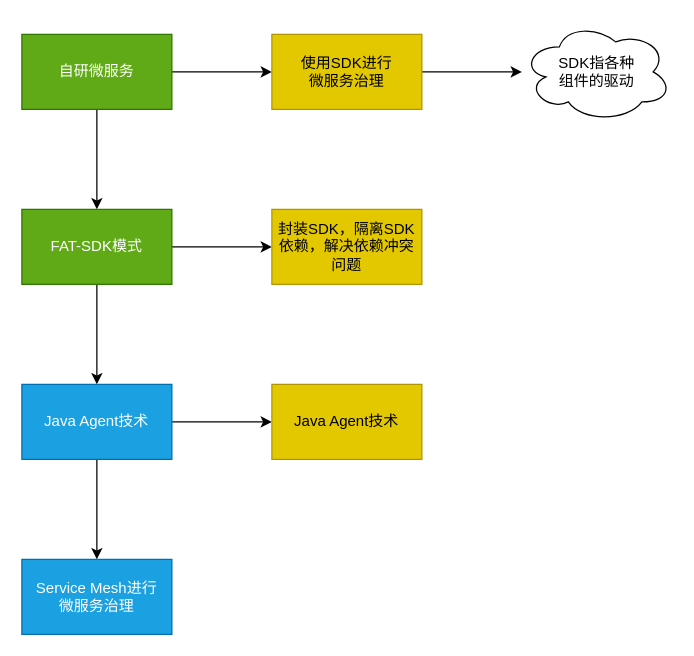
The draw.io diagram 微服务治理技术-阿里.drawio in stephenZkang/diagrams, before the edit. Source tidied: cells renumbered, new cells numbered last; positions are measured from the earlier drawing's top-left corner, leaving out a move shared by most shapes. Both pictures are drawn from the tidied source at 125%, with x=0, y=0 at pixel (21, 21).
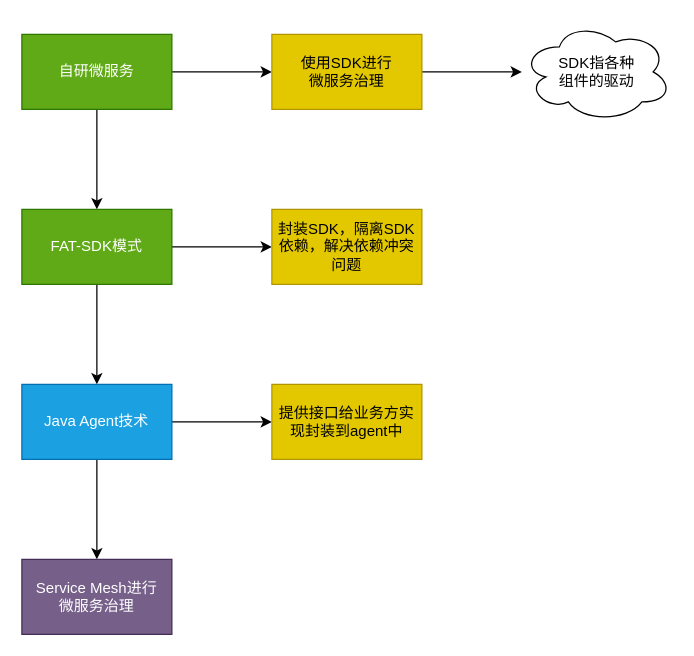
The same page after the edit.

Commit message (it also covers changes not shown here):
更新微服务治理技术-阿里.drawio

The edit, as a diff of the source:
```diff
@@
 <mxGraphModel>
   <root>
     <mxCell id="0" />
     <mxCell id="1" parent="0" />
     <mxCell id="2" style="edgeStyle=orthogonalEdgeStyle;rounded=0;jettySize=auto;html=1;" parent="1" edge="1" source="4" target="7">
       <mxGeometry relative="1" as="geometry" />
     </mxCell>
     <mxCell id="3" style="edgeStyle=orthogonalEdgeStyle;rounded=0;jettySize=auto;html=1;" parent="1" edge="1" source="4" target="12">
       <mxGeometry relative="1" as="geometry" />
     </mxCell>
     <mxCell id="4" value="自研微服务" style="rounded=0;whiteSpace=wrap;html=1;fillColor=#60a917;fontColor=#ffffff;strokeColor=#2D7600;" parent="1" vertex="1">
       <mxGeometry y="10" width="120" height="60" as="geometry" />
     </mxCell>
     <mxCell id="5" style="edgeStyle=orthogonalEdgeStyle;rounded=0;jettySize=auto;html=1;" parent="1" edge="1" source="7" target="10">
       <mxGeometry relative="1" as="geometry" />
     </mxCell>
     <mxCell id="6" style="edgeStyle=orthogonalEdgeStyle;rounded=0;jettySize=auto;html=1;" parent="1" edge="1" source="7" target="14">
       <mxGeometry relative="1" as="geometry" />
     </mxCell>
     <mxCell id="7" value="FAT-SDK模式" style="rounded=0;whiteSpace=wrap;html=1;fillColor=#60a917;fontColor=#ffffff;strokeColor=#2D7600;" parent="1" vertex="1">
       <mxGeometry y="150" width="120" height="60" as="geometry" />
     </mxCell>
     <mxCell id="8" style="edgeStyle=orthogonalEdgeStyle;rounded=0;jettySize=auto;html=1;" parent="1" edge="1" source="10" target="15">
       <mxGeometry relative="1" as="geometry" />
     </mxCell>
     <mxCell id="9" style="edgeStyle=orthogonalEdgeStyle;rounded=0;jettySize=auto;html=1;" parent="1" edge="1" source="10" target="16">
       <mxGeometry relative="1" as="geometry" />
     </mxCell>
     <mxCell id="10" value="Java Agent技术" style="rounded=0;whiteSpace=wrap;html=1;fillColor=#1ba1e2;fontColor=#ffffff;strokeColor=#006EAF;" parent="1" vertex="1">
       <mxGeometry y="290" width="120" height="60" as="geometry" />
     </mxCell>
     <mxCell id="11" style="edgeStyle=orthogonalEdgeStyle;rounded=0;jettySize=auto;html=1;" parent="1" edge="1" source="12" target="13">
       <mxGeometry relative="1" as="geometry" />
     </mxCell>
     <mxCell id="12" value="使用SDK进行&lt;br&gt;微服务治理" style="rounded=0;whiteSpace=wrap;html=1;fillColor=#e3c800;fontColor=#000000;strokeColor=#B09500;" parent="1" vertex="1">
       <mxGeometry x="200" y="10" width="120" height="60" as="geometry" />
     </mxCell>
     <mxCell id="13" value="SDK指各种&lt;br&gt;组件的驱动" style="ellipse;shape=cloud;whiteSpace=wrap;html=1;rounded=0;" parent="1" vertex="1">
       <mxGeometry x="400" width="120" height="80" as="geometry" />
     </mxCell>
     <mxCell id="14" value="封装SDK，隔离SDK依赖，解决依赖冲突问题" style="rounded=0;whiteSpace=wrap;html=1;fillColor=#e3c800;fontColor=#000000;strokeColor=#B09500;" parent="1" vertex="1">
       <mxGeometry x="200" y="150" width="120" height="60" as="geometry" />
     </mxCell>
-    <mxCell id="15" value="Java Agent技术" style="rounded=0;whiteSpace=wrap;html=1;fillColor=#e3c800;fontColor=#000000;strokeColor=#B09500;" parent="1" vertex="1">
+    <mxCell id="15" value="提供接口给业务方实现封装到agent中" style="rounded=0;whiteSpace=wrap;html=1;fillColor=#e3c800;fontColor=#000000;strokeColor=#B09500;" parent="1" vertex="1">
       <mxGeometry x="200" y="290" width="120" height="60" as="geometry" />
     </mxCell>
-    <mxCell id="16" value="Service Mesh进行&lt;br&gt;微服务治理" style="rounded=0;whiteSpace=wrap;html=1;fillColor=#1ba1e2;fontColor=#ffffff;strokeColor=#006EAF;" parent="1" vertex="1">
+    <mxCell id="16" value="Service Mesh进行&lt;br&gt;微服务治理" style="rounded=0;whiteSpace=wrap;html=1;fillColor=#76608a;fontColor=#ffffff;strokeColor=#432D57;" parent="1" vertex="1">
       <mxGeometry y="430" width="120" height="60" as="geometry" />
     </mxCell>
   </root>
 </mxGraphModel>
```
